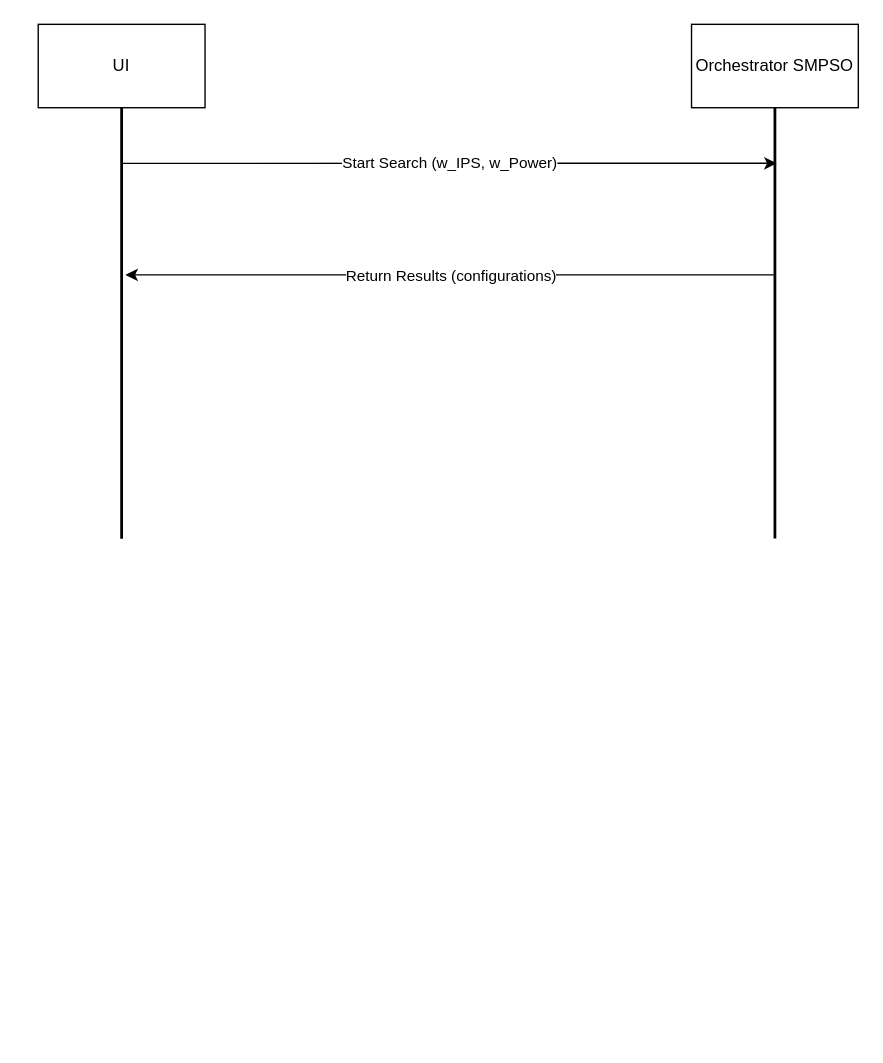
Above: scheme/UI-Orchestrator.drawio in R-a-d-u/PSATSimSimulation (draw.io), before the change. Source tidied: cells renumbered, new cells numbered last; positions are measured from the earlier drawing's top-left corner, leaving out a move shared by most shapes. Both pictures are drawn from the tidied source at 139%, with x=0, y=0 at pixel (38, 24).
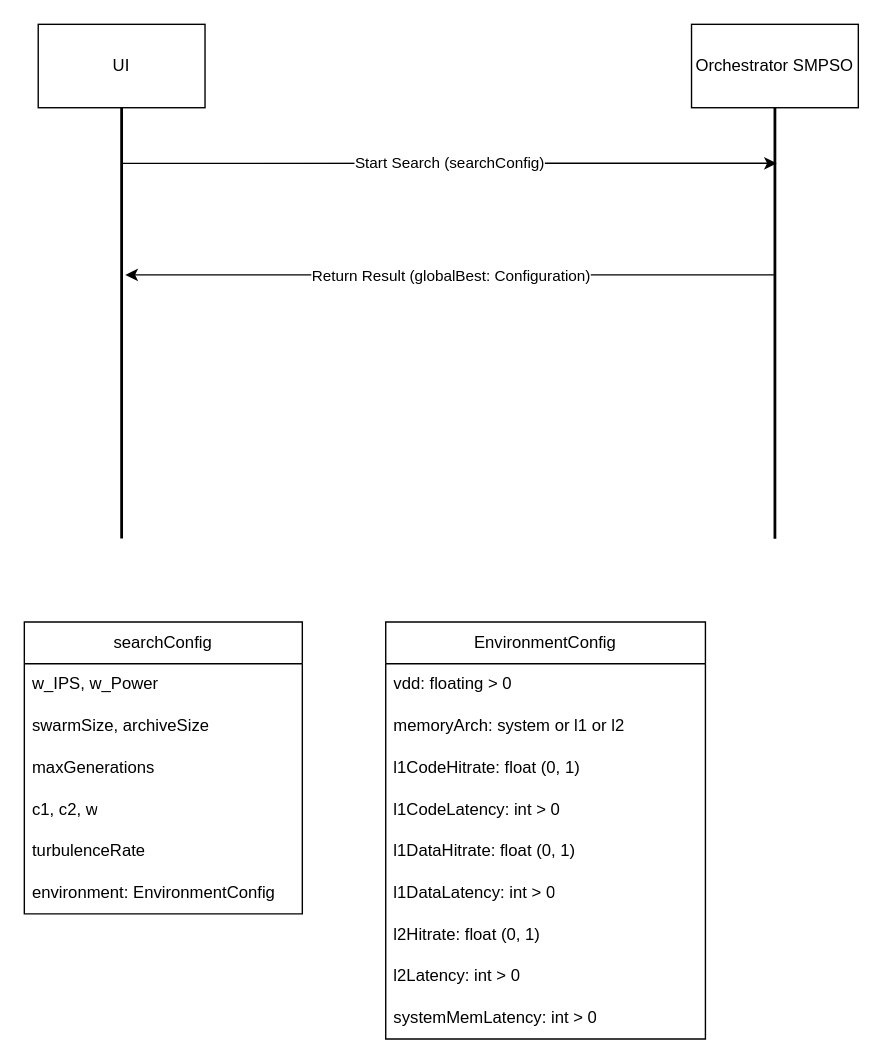
The same page after the edit.

Commit message (it also covers changes not shown here):
Updating Orchestrator config

Unchanged cells that the change refers to:
```xml
<mxCell id="6" style="endArrow=classic;html=1;rounded=0;entryX=0.129;entryY=0.371;entryDx=0;entryDy=0;entryPerimeter=0;" parent="1" edge="1" target="5">
  <mxGeometry relative="1" as="geometry">
    <mxPoint x="60" y="100" as="sourcePoint" />
  </mxGeometry>
</mxCell>
<mxCell id="8" style="endArrow=classic;html=1;rounded=0;entryX=0.388;entryY=0.229;entryDx=0;entryDy=0;entryPerimeter=0;exitX=0.388;exitY=0.5;exitDx=0;exitDy=0;exitPerimeter=0;" parent="1" edge="1" source="5" target="3">
  <mxGeometry relative="1" as="geometry" />
</mxCell>
```

Diff of the diagram source:
```diff
@@
-    <mxCell id="7" value="Start Search (w_IPS, w_Power)" style="edgeLabel;html=1;align=center;verticalAlign=middle;" parent="6" vertex="1">
+    <mxCell id="7" value="Start Search (searchConfig)" style="edgeLabel;html=1;align=center;verticalAlign=middle;" parent="6" vertex="1">
       <mxGeometry relative="1" as="geometry" />
     </mxCell>
@@
-    <mxCell id="9" value="Return Results (configurations)" style="edgeLabel;html=1;align=center;verticalAlign=middle;" parent="8" vertex="1">
+    <mxCell id="9" value="Return Result (globalBest: Configuration)" style="edgeLabel;html=1;align=center;verticalAlign=middle;" parent="8" vertex="1">
       <mxGeometry relative="1" as="geometry" />
     </mxCell>
+    <mxCell id="10" value="searchConfig" style="swimlane;fontStyle=0;horizontal=1;startSize=30;whiteSpace=wrap;html=1;" parent="1" vertex="1">
+      <mxGeometry x="-10" y="430" width="200" height="210" as="geometry" />
+    </mxCell>
+    <mxCell id="11" value="w_IPS, w_Power" style="text;strokeColor=none;fillColor=none;align=left;verticalAlign=middle;spacingLeft=4;spacingRight=4;overflow=hidden;whiteSpace=wrap;html=1;" parent="10" vertex="1">
+      <mxGeometry y="30" width="200" height="30" as="geometry" />
+    </mxCell>
+    <mxCell id="12" value="swarmSize, archiveSize" style="text;strokeColor=none;fillColor=none;align=left;verticalAlign=middle;spacingLeft=4;spacingRight=4;overflow=hidden;whiteSpace=wrap;html=1;" parent="10" vertex="1">
+      <mxGeometry y="60" width="200" height="30" as="geometry" />
+    </mxCell>
+    <mxCell id="13" value="maxGenerations" style="text;strokeColor=none;fillColor=none;align=left;verticalAlign=middle;spacingLeft=4;spacingRight=4;overflow=hidden;whiteSpace=wrap;html=1;" parent="10" vertex="1">
+      <mxGeometry y="90" width="200" height="30" as="geometry" />
+    </mxCell>
+    <mxCell id="14" value="c1, c2, w" style="text;strokeColor=none;fillColor=none;align=left;verticalAlign=middle;spacingLeft=4;spacingRight=4;overflow=hidden;whiteSpace=wrap;html=1;" parent="10" vertex="1">
+      <mxGeometry y="120" width="200" height="30" as="geometry" />
+    </mxCell>
+    <mxCell id="15" value="turbulenceRate" style="text;strokeColor=none;fillColor=none;align=left;verticalAlign=middle;spacingLeft=4;spacingRight=4;overflow=hidden;whiteSpace=wrap;html=1;" parent="10" vertex="1">
+      <mxGeometry y="150" width="200" height="30" as="geometry" />
+    </mxCell>
+    <mxCell id="16" value="environment: EnvironmentConfig" style="text;strokeColor=none;fillColor=none;align=left;verticalAlign=middle;spacingLeft=4;spacingRight=4;overflow=hidden;whiteSpace=wrap;html=1;" parent="10" vertex="1">
+      <mxGeometry y="180" width="200" height="30" as="geometry" />
+    </mxCell>
+    <mxCell id="17" value="EnvironmentConfig" style="swimlane;fontStyle=0;horizontal=1;startSize=30;whiteSpace=wrap;html=1;" parent="1" vertex="1">
+      <mxGeometry x="250" y="430" width="230" height="300" as="geometry" />
+    </mxCell>
+    <mxCell id="18" value="vdd: floating &amp;gt; 0" style="text;strokeColor=none;fillColor=none;align=left;verticalAlign=middle;spacingLeft=4;spacingRight=4;overflow=hidden;whiteSpace=wrap;html=1;" parent="17" vertex="1">
+      <mxGeometry y="30" width="230" height="30" as="geometry" />
+    </mxCell>
+    <mxCell id="19" value="memoryArch: system or l1 or l2" style="text;strokeColor=none;fillColor=none;align=left;verticalAlign=middle;spacingLeft=4;spacingRight=4;overflow=hidden;whiteSpace=wrap;html=1;" parent="17" vertex="1">
+      <mxGeometry y="60" width="230" height="30" as="geometry" />
+    </mxCell>
+    <mxCell id="20" value="l1CodeHitrate: float (0, 1)" style="text;strokeColor=none;fillColor=none;align=left;verticalAlign=middle;spacingLeft=4;spacingRight=4;overflow=hidden;whiteSpace=wrap;html=1;" parent="17" vertex="1">
+      <mxGeometry y="90" width="230" height="30" as="geometry" />
+    </mxCell>
+    <mxCell id="21" value="l1CodeLatency: int &amp;gt; 0" style="text;strokeColor=none;fillColor=none;align=left;verticalAlign=middle;spacingLeft=4;spacingRight=4;overflow=hidden;whiteSpace=wrap;html=1;" parent="17" vertex="1">
+      <mxGeometry y="120" width="230" height="30" as="geometry" />
+    </mxCell>
+    <mxCell id="22" value="l1DataHitrate: float (0, 1)" style="text;strokeColor=none;fillColor=none;align=left;verticalAlign=middle;spacingLeft=4;spacingRight=4;overflow=hidden;whiteSpace=wrap;html=1;" parent="17" vertex="1">
+      <mxGeometry y="150" width="230" height="30" as="geometry" />
+    </mxCell>
+    <mxCell id="23" value="l1DataLatency: int &amp;gt; 0" style="text;strokeColor=none;fillColor=none;align=left;verticalAlign=middle;spacingLeft=4;spacingRight=4;overflow=hidden;whiteSpace=wrap;html=1;" parent="17" vertex="1">
+      <mxGeometry y="180" width="230" height="30" as="geometry" />
+    </mxCell>
+    <mxCell id="24" value="l2Hitrate: float (0, 1)" style="text;strokeColor=none;fillColor=none;align=left;verticalAlign=middle;spacingLeft=4;spacingRight=4;overflow=hidden;whiteSpace=wrap;html=1;" parent="17" vertex="1">
+      <mxGeometry y="210" width="230" height="30" as="geometry" />
+    </mxCell>
+    <mxCell id="25" value="l2Latency: int &amp;gt; 0" style="text;strokeColor=none;fillColor=none;align=left;verticalAlign=middle;spacingLeft=4;spacingRight=4;overflow=hidden;whiteSpace=wrap;html=1;" parent="17" vertex="1">
+      <mxGeometry y="240" width="230" height="30" as="geometry" />
+    </mxCell>
+    <mxCell id="26" value="systemMemLatency: int &amp;gt; 0" style="text;strokeColor=none;fillColor=none;align=left;verticalAlign=middle;spacingLeft=4;spacingRight=4;overflow=hidden;whiteSpace=wrap;html=1;" parent="17" vertex="1">
+      <mxGeometry y="270" width="230" height="30" as="geometry" />
+    </mxCell>
```
